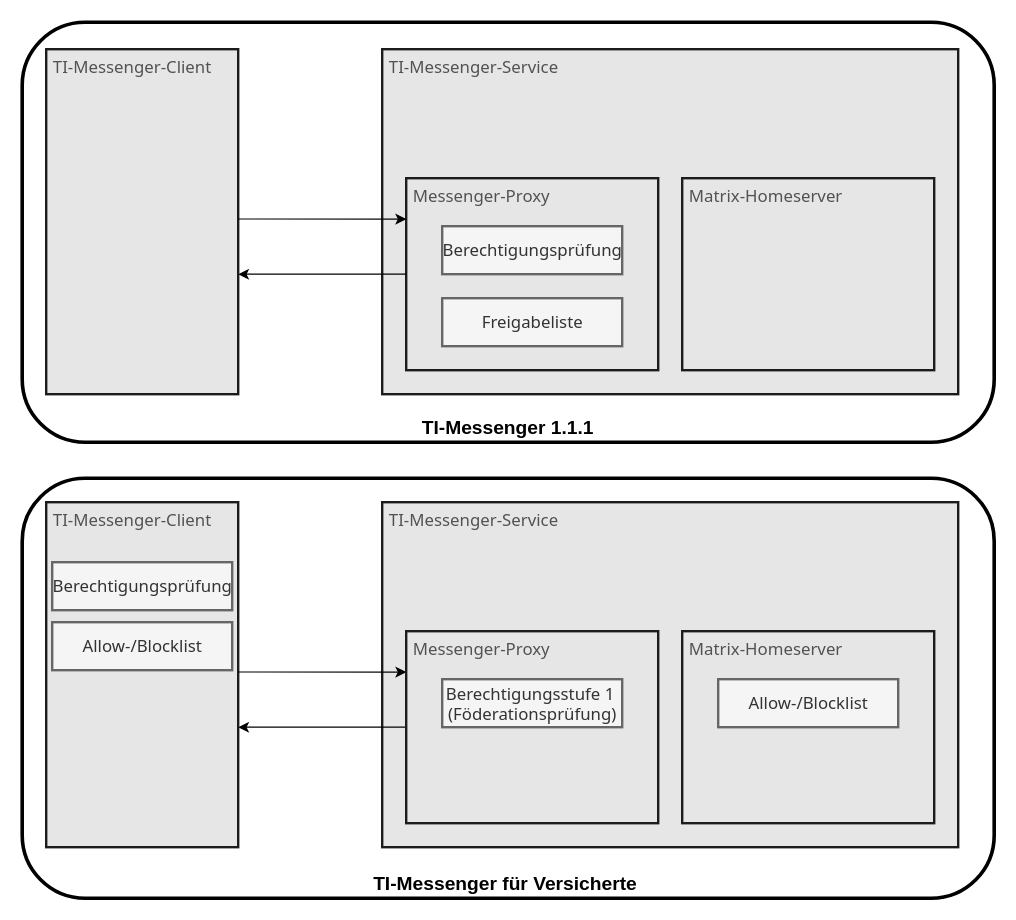
Before: src/drawio/TI-Messenger-Fachdienst/Berechtigung_fdv.drawio in gematik/api-ti-messenger, a draw.io diagram. Source tidied: cells renumbered, new cells numbered last; positions are measured from the earlier drawing's top-left corner, leaving out a move shared by most shapes. Both pictures are drawn from the tidied source at 120%, with x=0, y=0 at pixel (22, 22).
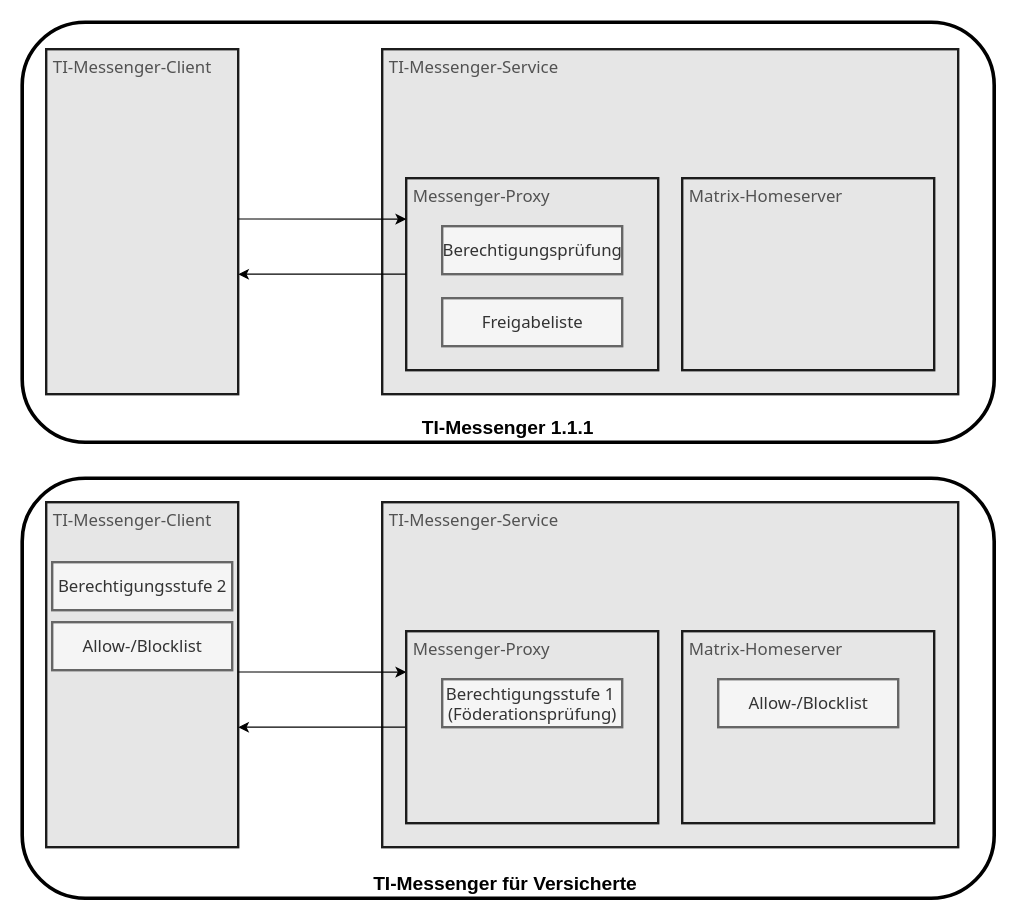
The same page after the edit.

Commit message:
added step information

Diff of the diagram source:
```diff
@@
-    <mxCell id="20" value="Berechtigungsprüfung" style="html=1;strokeColor=#666666;fillColor=#f5f5f5;fontFamily=Tahoma;fontSize=14;align=center;strokeWidth=2;fontColor=#333333;" parent="1" vertex="1">
+    <mxCell id="20" value="Berechtigungsstufe 2" style="html=1;strokeColor=#666666;fillColor=#f5f5f5;fontFamily=Tahoma;fontSize=14;align=center;strokeWidth=2;fontColor=#333333;" parent="1" vertex="1">
       <mxGeometry x="25" y="450" width="150" height="40" as="geometry" />
     </mxCell>
```
